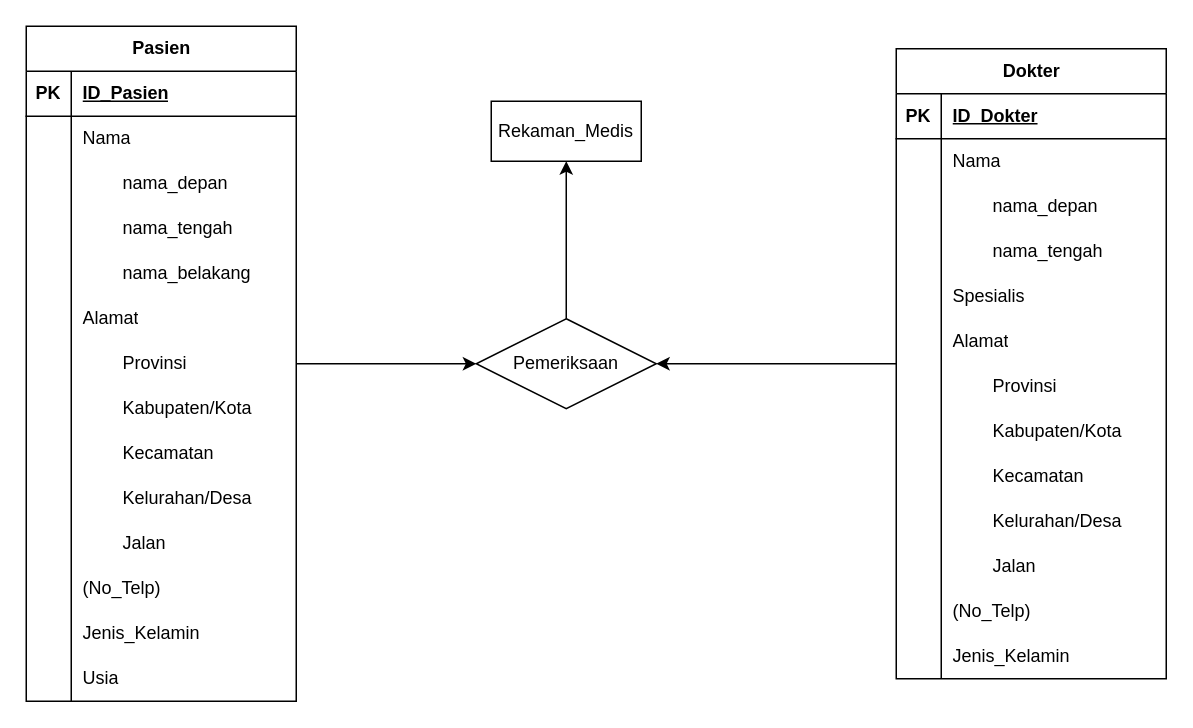
Above: Basis Data/ERD/Klinik Kesehatan.drawio in fdhliakbar/lecture-assignment (draw.io), before the change. Source tidied: cells renumbered, new cells numbered last; positions are measured from the earlier drawing's top-left corner, leaving out a move shared by most shapes. Both pictures are drawn from the tidied source at 150%, with x=0, y=0 at pixel (26, 26).
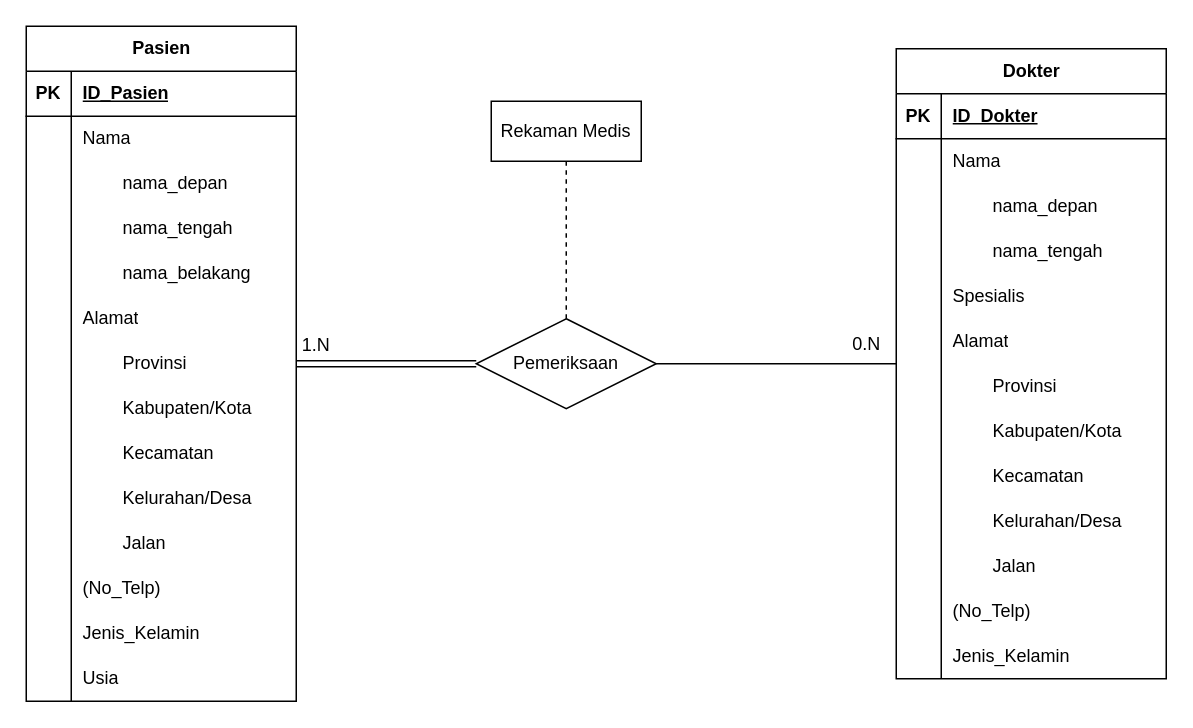
The same page after the edit.

The change refers to these unchanged cells:
```xml
<mxCell id="3" value="Pasien" style="shape=table;startSize=30;childLayout=tableLayout;rowLines=0;fontStyle=1;align=center;html=1;" parent="1" vertex="1">
  <mxGeometry width="180" height="450" as="geometry" />
</mxCell>
<mxCell id="47" value="Dokter" style="shape=table;startSize=30;childLayout=tableLayout;rowLines=0;fontStyle=1;align=center;html=1;" parent="1" vertex="1">
  <mxGeometry x="580" y="15" width="180" height="420" as="geometry" />
</mxCell>
<mxCell id="88" value="Pemeriksaan" style="shape=rhombus;perimeter=rhombusPerimeter;whiteSpace=wrap;html=1;align=center;" parent="1" vertex="1">
  <mxGeometry x="300" y="195" width="120" height="60" as="geometry" />
</mxCell>
```

The edit, as a diff of the source:
```diff
@@
-    <mxCell id="2" style="edgeStyle=orthogonalEdgeStyle;rounded=0;jettySize=auto;html=1;entryX=0;entryY=0.5;entryDx=0;entryDy=0;" parent="1" edge="1" source="3" target="88">
+    <mxCell id="2" style="edgeStyle=orthogonalEdgeStyle;rounded=0;jettySize=auto;html=1;entryX=0;entryY=0.5;entryDx=0;entryDy=0;endArrow=none;endFill=0;shape=link;" parent="1" edge="1" source="3" target="88">
       <mxGeometry relative="1" as="geometry" />
     </mxCell>
@@
-    <mxCell id="46" style="edgeStyle=orthogonalEdgeStyle;rounded=0;jettySize=auto;html=1;entryX=1;entryY=0.5;entryDx=0;entryDy=0;" parent="1" edge="1" source="47" target="88">
+    <mxCell id="46" style="edgeStyle=orthogonalEdgeStyle;rounded=0;jettySize=auto;html=1;entryX=1;entryY=0.5;entryDx=0;entryDy=0;endArrow=none;endFill=0;" parent="1" edge="1" source="47" target="88">
       <mxGeometry relative="1" as="geometry" />
     </mxCell>
@@
-    <mxCell id="87" style="edgeStyle=orthogonalEdgeStyle;rounded=0;jettySize=auto;html=1;" parent="1" edge="1" source="88" target="89">
+    <mxCell id="87" style="edgeStyle=orthogonalEdgeStyle;rounded=0;jettySize=auto;html=1;endArrow=none;endFill=0;dashed=1;" parent="1" edge="1" source="88" target="89">
       <mxGeometry relative="1" as="geometry" />
     </mxCell>
@@
-    <mxCell id="89" value="Rekaman_Medis" style="whiteSpace=wrap;html=1;align=center;" parent="1" vertex="1">
+    <mxCell id="89" value="Rekaman Medis" style="whiteSpace=wrap;html=1;align=center;" parent="1" vertex="1">
       <mxGeometry x="310" y="50" width="100" height="40" as="geometry" />
     </mxCell>
+    <mxCell id="90" value="0.N" style="text;html=1;align=center;verticalAlign=middle;strokeColor=none;fillColor=none;" parent="1" vertex="1">
+      <mxGeometry x="540" y="197" width="40" height="30" as="geometry" />
+    </mxCell>
+    <mxCell id="91" value="1.N" style="text;html=1;align=center;verticalAlign=middle;strokeColor=none;fillColor=none;" parent="1" vertex="1">
+      <mxGeometry x="173" y="198" width="40" height="30" as="geometry" />
+    </mxCell>
```
